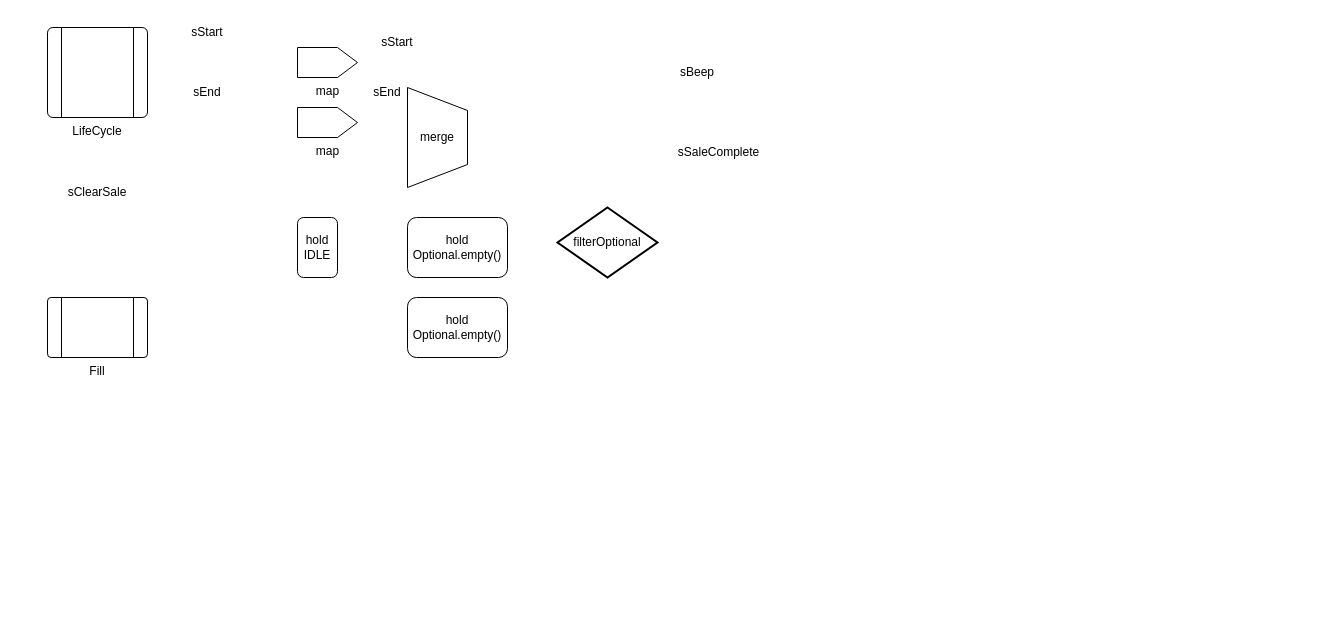
Before: NotifyPointOfSale.drawio in suzuki-taro-29/FRP-chap4-diagrams, a draw.io diagram. Source tidied: cells renumbered, new cells numbered last; positions are measured from the earlier drawing's top-left corner, leaving out a move shared by most shapes. Both pictures are drawn from the tidied source at 100%, with x=0, y=0 at pixel (47, 17).
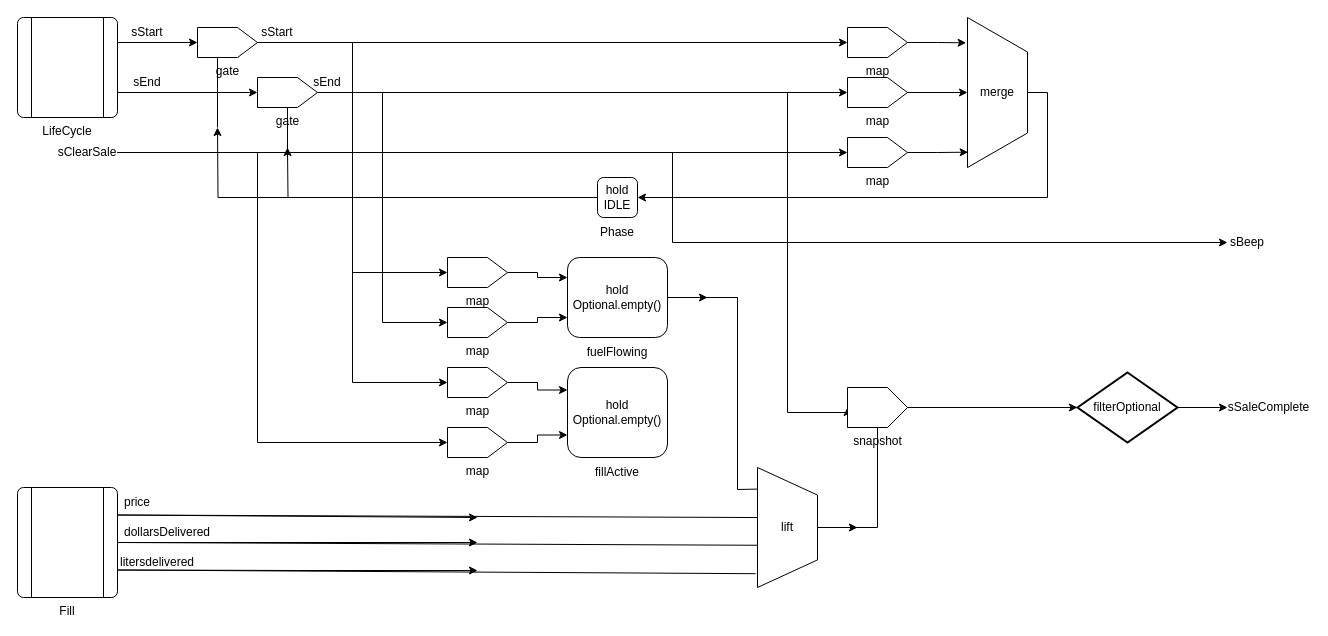
The same page after the edit.

Commit message:
NotifyPointOfSale.drawio を更新します

Change to the diagram source:
```diff
@@
+    <mxCell id="18" style="edgeStyle=orthogonalEdgeStyle;rounded=0;jettySize=auto;html=1;exitX=1;exitY=0.75;exitDx=0;exitDy=0;entryX=0.5;entryY=0;entryDx=0;entryDy=0;" parent="1" edge="1" source="2" target="33">
+      <mxGeometry relative="1" as="geometry" />
+    </mxCell>
     <mxCell id="2" value="LifeCycle" style="verticalLabelPosition=bottom;verticalAlign=top;html=1;shape=process;whiteSpace=wrap;rounded=1;size=0.14;arcSize=6;" parent="1" vertex="1">
-      <mxGeometry y="10" width="100" height="90" as="geometry" />
+      <mxGeometry x="-30" width="100" height="100" as="geometry" />
     </mxCell>
     <mxCell id="3" value="Fill" style="verticalLabelPosition=bottom;verticalAlign=top;html=1;shape=process;whiteSpace=wrap;rounded=1;size=0.14;arcSize=6;" parent="1" vertex="1">
-      <mxGeometry y="280" width="100" height="60" as="geometry" />
+      <mxGeometry x="-30" y="470" width="100" height="110" as="geometry" />
     </mxCell>
+    <mxCell id="19" style="edgeStyle=orthogonalEdgeStyle;rounded=0;jettySize=auto;html=1;entryX=0.5;entryY=0;entryDx=0;entryDy=0;" parent="1" edge="1" source="4" target="52">
+      <mxGeometry relative="1" as="geometry">
+        <Array as="points">
+          <mxPoint x="210" y="135" />
+          <mxPoint x="210" y="425" />
+        </Array>
+      </mxGeometry>
+    </mxCell>
+    <mxCell id="20" style="edgeStyle=orthogonalEdgeStyle;rounded=0;jettySize=auto;html=1;entryX=0;entryY=0.5;entryDx=0;entryDy=0;" parent="1" edge="1" source="4" target="13">
+      <mxGeometry relative="1" as="geometry" />
+    </mxCell>
     <mxCell id="4" value="sClearSale" style="text;html=1;align=center;verticalAlign=middle;whiteSpace=wrap;rounded=0;" parent="1" vertex="1">
-      <mxGeometry x="20" y="160" width="60" height="30" as="geometry" />
+      <mxGeometry x="10" y="120" width="60" height="30" as="geometry" />
     </mxCell>
+    <mxCell id="21" style="edgeStyle=orthogonalEdgeStyle;rounded=0;jettySize=auto;html=1;" parent="1" edge="1" source="5">
+      <mxGeometry relative="1" as="geometry">
+        <mxPoint x="240" y="130" as="targetPoint" />
+      </mxGeometry>
+    </mxCell>
     <mxCell id="5" value="hold&lt;div&gt;IDLE&lt;/div&gt;" style="rounded=1;whiteSpace=wrap;html=1;" parent="1" vertex="1">
-      <mxGeometry x="250" y="200" width="40" height="60" as="geometry" />
+      <mxGeometry x="550" y="160" width="40" height="40" as="geometry" />
     </mxCell>
     <mxCell id="6" value="map" style="verticalLabelPosition=bottom;verticalAlign=top;html=1;shape=offPageConnector;rounded=0;size=0.3333333333333333;direction=north;" parent="1" vertex="1">
-      <mxGeometry x="250" y="30" width="60" height="30" as="geometry" />
+      <mxGeometry x="800" y="10" width="60" height="30" as="geometry" />
     </mxCell>
+    <mxCell id="22" style="edgeStyle=orthogonalEdgeStyle;rounded=0;jettySize=auto;html=1;exitX=0.5;exitY=0;exitDx=0;exitDy=0;entryX=1;entryY=0.5;entryDx=0;entryDy=0;" parent="1" edge="1" source="7" target="5">
+      <mxGeometry relative="1" as="geometry" />
+    </mxCell>
     <mxCell id="7" value="merge" style="verticalLabelPosition=middle;verticalAlign=middle;html=1;shape=trapezoid;perimeter=trapezoidPerimeter;whiteSpace=wrap;size=0.23;arcSize=10;flipV=1;labelPosition=center;align=center;direction=south;" parent="1" vertex="1">
-      <mxGeometry x="360" y="70" width="60" height="100" as="geometry" />
+      <mxGeometry x="920" width="60" height="150" as="geometry" />
     </mxCell>
+    <mxCell id="23" style="edgeStyle=orthogonalEdgeStyle;rounded=0;jettySize=auto;html=1;exitX=0.5;exitY=1;exitDx=0;exitDy=0;entryX=0.5;entryY=1;entryDx=0;entryDy=0;" parent="1" edge="1" source="8" target="7">
+      <mxGeometry relative="1" as="geometry" />
+    </mxCell>
     <mxCell id="8" value="map" style="verticalLabelPosition=bottom;verticalAlign=top;html=1;shape=offPageConnector;rounded=0;size=0.3333333333333333;direction=north;" parent="1" vertex="1">
-      <mxGeometry x="250" y="90" width="60" height="30" as="geometry" />
+      <mxGeometry x="800" y="60" width="60" height="30" as="geometry" />
     </mxCell>
     <mxCell id="9" value="sStart" style="text;html=1;align=center;verticalAlign=middle;whiteSpace=wrap;rounded=0;" parent="1" vertex="1">
-      <mxGeometry x="130" width="60" height="30" as="geometry" />
+      <mxGeometry x="70" width="60" height="30" as="geometry" />
     </mxCell>
     <mxCell id="10" value="sEnd" style="text;html=1;align=center;verticalAlign=middle;whiteSpace=wrap;rounded=0;" parent="1" vertex="1">
-      <mxGeometry x="130" y="60" width="60" height="30" as="geometry" />
+      <mxGeometry x="70" y="50" width="60" height="30" as="geometry" />
     </mxCell>
     <mxCell id="11" value="hold&lt;div&gt;Optional.empty()&lt;/div&gt;" style="rounded=1;whiteSpace=wrap;html=1;" parent="1" vertex="1">
-      <mxGeometry x="360" y="200" width="100" height="60" as="geometry" />
+      <mxGeometry x="520" y="240" width="100" height="80" as="geometry" />
     </mxCell>
     <mxCell id="12" value="hold&lt;div&gt;Optional.empty()&lt;/div&gt;" style="rounded=1;whiteSpace=wrap;html=1;" parent="1" vertex="1">
-      <mxGeometry x="360" y="280" width="100" height="60" as="geometry" />
+      <mxGeometry x="520" y="350" width="100" height="90" as="geometry" />
     </mxCell>
     <mxCell id="13" value="sBeep" style="text;html=1;align=center;verticalAlign=middle;whiteSpace=wrap;rounded=0;" parent="1" vertex="1">
-      <mxGeometry x="630" y="40" width="40" height="30" as="geometry" />
+      <mxGeometry x="1180" y="210" width="40" height="30" as="geometry" />
     </mxCell>
     <mxCell id="14" value="sSaleComplete" style="text;html=1;align=center;verticalAlign=middle;whiteSpace=wrap;rounded=0;" parent="1" vertex="1">
-      <mxGeometry x="630" y="120" width="83" height="30" as="geometry" />
+      <mxGeometry x="1180" y="375" width="83" height="30" as="geometry" />
     </mxCell>
     <mxCell id="15" value="sStart" style="text;html=1;align=center;verticalAlign=middle;whiteSpace=wrap;rounded=0;" parent="1" vertex="1">
-      <mxGeometry x="320" y="10" width="60" height="30" as="geometry" />
+      <mxGeometry x="200" width="60" height="30" as="geometry" />
     </mxCell>
     <mxCell id="16" value="sEnd" style="text;html=1;align=center;verticalAlign=middle;whiteSpace=wrap;rounded=0;" parent="1" vertex="1">
-      <mxGeometry x="310" y="60" width="60" height="30" as="geometry" />
+      <mxGeometry x="250" y="50" width="60" height="30" as="geometry" />
     </mxCell>
+    <mxCell id="24" style="edgeStyle=orthogonalEdgeStyle;rounded=0;jettySize=auto;html=1;" parent="1" edge="1" source="17" target="14">
+      <mxGeometry relative="1" as="geometry" />
+    </mxCell>
     <mxCell id="17" value="filterOptional" style="strokeWidth=2;html=1;shape=mxgraph.flowchart.decision;whiteSpace=wrap;" parent="1" vertex="1">
-      <mxGeometry x="510" y="190" width="100" height="70" as="geometry" />
+      <mxGeometry x="1030" y="355" width="100" height="70" as="geometry" />
     </mxCell>
+    <mxCell id="25" style="endArrow=classic;html=1;rounded=0;entryX=0.5;entryY=0;entryDx=0;entryDy=0;exitX=1;exitY=0.25;exitDx=0;exitDy=0;" parent="1" edge="1" source="2" target="29">
+      <mxGeometry relative="1" as="geometry" />
+    </mxCell>
+    <mxCell id="26" style="edgeStyle=orthogonalEdgeStyle;rounded=0;jettySize=auto;html=1;entryX=0.5;entryY=0;entryDx=0;entryDy=0;" parent="1" edge="1" source="29" target="6">
+      <mxGeometry relative="1" as="geometry" />
+    </mxCell>
+    <mxCell id="27" style="edgeStyle=orthogonalEdgeStyle;rounded=0;jettySize=auto;html=1;exitX=0.5;exitY=1;exitDx=0;exitDy=0;entryX=0.5;entryY=0;entryDx=0;entryDy=0;" parent="1" edge="1" source="29" target="46">
+      <mxGeometry relative="1" as="geometry" />
+    </mxCell>
+    <mxCell id="28" style="edgeStyle=orthogonalEdgeStyle;rounded=0;jettySize=auto;html=1;entryX=0.5;entryY=0;entryDx=0;entryDy=0;" parent="1" edge="1" source="29" target="50">
+      <mxGeometry relative="1" as="geometry" />
+    </mxCell>
+    <mxCell id="29" value="gate" style="verticalLabelPosition=bottom;verticalAlign=top;html=1;shape=offPageConnector;rounded=0;size=0.3333333333333333;direction=north;" parent="1" vertex="1">
+      <mxGeometry x="150" y="10" width="60" height="30" as="geometry" />
+    </mxCell>
+    <mxCell id="30" style="edgeStyle=orthogonalEdgeStyle;rounded=0;jettySize=auto;html=1;exitX=0.5;exitY=1;exitDx=0;exitDy=0;entryX=0.5;entryY=0;entryDx=0;entryDy=0;" parent="1" edge="1" source="33" target="8">
+      <mxGeometry relative="1" as="geometry" />
+    </mxCell>
+    <mxCell id="31" style="edgeStyle=orthogonalEdgeStyle;rounded=0;jettySize=auto;html=1;entryX=0.5;entryY=0;entryDx=0;entryDy=0;exitX=0.5;exitY=1;exitDx=0;exitDy=0;" parent="1" edge="1" source="33" target="48">
+      <mxGeometry relative="1" as="geometry" />
+    </mxCell>
+    <mxCell id="32" style="edgeStyle=orthogonalEdgeStyle;rounded=0;jettySize=auto;html=1;entryX=0.5;entryY=0;entryDx=0;entryDy=0;" parent="1" edge="1" source="33" target="56">
+      <mxGeometry relative="1" as="geometry">
+        <Array as="points">
+          <mxPoint x="740" y="75" />
+          <mxPoint x="740" y="395" />
+        </Array>
+      </mxGeometry>
+    </mxCell>
+    <mxCell id="33" value="gate" style="verticalLabelPosition=bottom;verticalAlign=top;html=1;shape=offPageConnector;rounded=0;size=0.3333333333333333;direction=north;" parent="1" vertex="1">
+      <mxGeometry x="210" y="60" width="60" height="30" as="geometry" />
+    </mxCell>
+    <mxCell id="34" style="edgeStyle=orthogonalEdgeStyle;rounded=0;orthogonalLoop=1;jettySize=auto;html=1;exitX=0;exitY=0.5;exitDx=0;exitDy=0;" parent="1" edge="1" source="6" target="6">
+      <mxGeometry relative="1" as="geometry" />
+    </mxCell>
+    <mxCell id="35" value="Phase" style="text;html=1;align=center;verticalAlign=middle;whiteSpace=wrap;rounded=0;" parent="1" vertex="1">
+      <mxGeometry x="540" y="200" width="60" height="30" as="geometry" />
+    </mxCell>
+    <mxCell id="36" style="edgeStyle=orthogonalEdgeStyle;rounded=0;jettySize=auto;html=1;exitX=0;exitY=0.5;exitDx=0;exitDy=0;" parent="1" edge="1" source="5">
+      <mxGeometry relative="1" as="geometry">
+        <mxPoint x="170" y="110" as="targetPoint" />
+      </mxGeometry>
+    </mxCell>
+    <mxCell id="37" style="endArrow=classic;html=1;rounded=0;exitX=1;exitY=0.5;exitDx=0;exitDy=0;entryX=0.5;entryY=0;entryDx=0;entryDy=0;" parent="1" edge="1" source="4" target="40">
+      <mxGeometry relative="1" as="geometry" />
+    </mxCell>
+    <mxCell id="38" style="endArrow=none;html=1;rounded=0;entryX=0;entryY=0.5;entryDx=0;entryDy=0;" parent="1" edge="1" target="33">
+      <mxGeometry relative="1" as="geometry">
+        <mxPoint x="240" y="140" as="sourcePoint" />
+      </mxGeometry>
+    </mxCell>
+    <mxCell id="39" style="endArrow=none;html=1;rounded=0;" parent="1" edge="1">
+      <mxGeometry relative="1" as="geometry">
+        <mxPoint x="170" y="40" as="sourcePoint" />
+        <mxPoint x="170" y="110" as="targetPoint" />
+      </mxGeometry>
+    </mxCell>
+    <mxCell id="40" value="map" style="verticalLabelPosition=bottom;verticalAlign=top;html=1;shape=offPageConnector;rounded=0;size=0.3333333333333333;direction=north;" parent="1" vertex="1">
+      <mxGeometry x="800" y="120" width="60" height="30" as="geometry" />
+    </mxCell>
+    <mxCell id="41" style="edgeStyle=orthogonalEdgeStyle;rounded=0;jettySize=auto;html=1;entryX=0.102;entryY=0.989;entryDx=0;entryDy=0;entryPerimeter=0;" parent="1" edge="1" source="40" target="7">
+      <mxGeometry relative="1" as="geometry" />
+    </mxCell>
+    <mxCell id="42" style="edgeStyle=orthogonalEdgeStyle;rounded=0;jettySize=auto;html=1;entryX=0.831;entryY=1.022;entryDx=0;entryDy=0;entryPerimeter=0;" parent="1" edge="1" source="6" target="7">
+      <mxGeometry relative="1" as="geometry" />
+    </mxCell>
+    <mxCell id="43" value="fuelFlowing" style="text;html=1;align=center;verticalAlign=middle;whiteSpace=wrap;rounded=0;" parent="1" vertex="1">
+      <mxGeometry x="540" y="320" width="60" height="30" as="geometry" />
+    </mxCell>
+    <mxCell id="44" value="fillActive" style="text;html=1;align=center;verticalAlign=middle;whiteSpace=wrap;rounded=0;" parent="1" vertex="1">
+      <mxGeometry x="540" y="440" width="60" height="30" as="geometry" />
+    </mxCell>
+    <mxCell id="45" style="edgeStyle=orthogonalEdgeStyle;rounded=0;jettySize=auto;html=1;entryX=0;entryY=0.25;entryDx=0;entryDy=0;" parent="1" edge="1" source="46" target="11">
+      <mxGeometry relative="1" as="geometry" />
+    </mxCell>
+    <mxCell id="46" value="map" style="verticalLabelPosition=bottom;verticalAlign=top;html=1;shape=offPageConnector;rounded=0;size=0.3333333333333333;direction=north;" parent="1" vertex="1">
+      <mxGeometry x="400" y="240" width="60" height="30" as="geometry" />
+    </mxCell>
+    <mxCell id="47" style="edgeStyle=orthogonalEdgeStyle;rounded=0;jettySize=auto;html=1;entryX=0;entryY=0.75;entryDx=0;entryDy=0;" parent="1" edge="1" source="48" target="11">
+      <mxGeometry relative="1" as="geometry" />
+    </mxCell>
+    <mxCell id="48" value="map" style="verticalLabelPosition=bottom;verticalAlign=top;html=1;shape=offPageConnector;rounded=0;size=0.3333333333333333;direction=north;" parent="1" vertex="1">
+      <mxGeometry x="400" y="290" width="60" height="30" as="geometry" />
+    </mxCell>
+    <mxCell id="49" style="edgeStyle=orthogonalEdgeStyle;rounded=0;jettySize=auto;html=1;exitX=0.5;exitY=1;exitDx=0;exitDy=0;entryX=0;entryY=0.25;entryDx=0;entryDy=0;" parent="1" edge="1" source="50" target="12">
+      <mxGeometry relative="1" as="geometry" />
+    </mxCell>
+    <mxCell id="50" value="map" style="verticalLabelPosition=bottom;verticalAlign=top;html=1;shape=offPageConnector;rounded=0;size=0.3333333333333333;direction=north;" parent="1" vertex="1">
+      <mxGeometry x="400" y="350" width="60" height="30" as="geometry" />
+    </mxCell>
+    <mxCell id="51" style="edgeStyle=orthogonalEdgeStyle;rounded=0;jettySize=auto;html=1;entryX=0;entryY=0.75;entryDx=0;entryDy=0;" parent="1" edge="1" source="52" target="12">
+      <mxGeometry relative="1" as="geometry" />
+    </mxCell>
+    <mxCell id="52" value="map" style="verticalLabelPosition=bottom;verticalAlign=top;html=1;shape=offPageConnector;rounded=0;size=0.3333333333333333;direction=north;" parent="1" vertex="1">
+      <mxGeometry x="400" y="410" width="60" height="30" as="geometry" />
+    </mxCell>
+    <mxCell id="53" value="price" style="text;html=1;align=center;verticalAlign=middle;whiteSpace=wrap;rounded=0;" parent="1" vertex="1">
+      <mxGeometry x="60" y="470" width="60" height="30" as="geometry" />
+    </mxCell>
+    <mxCell id="54" value="dollarsDelivered" style="text;html=1;align=center;verticalAlign=middle;whiteSpace=wrap;rounded=0;" parent="1" vertex="1">
+      <mxGeometry x="90" y="500" width="60" height="30" as="geometry" />
+    </mxCell>
+    <mxCell id="55" value="litersdelivered" style="text;html=1;align=center;verticalAlign=middle;whiteSpace=wrap;rounded=0;" parent="1" vertex="1">
+      <mxGeometry x="80" y="530" width="60" height="30" as="geometry" />
+    </mxCell>
+    <mxCell id="56" value="snapshot" style="verticalLabelPosition=bottom;verticalAlign=top;html=1;shape=offPageConnector;rounded=0;size=0.3333333333333333;direction=north;" parent="1" vertex="1">
+      <mxGeometry x="800" y="370" width="60" height="40" as="geometry" />
+    </mxCell>
+    <mxCell id="57" style="edgeStyle=orthogonalEdgeStyle;rounded=0;jettySize=auto;html=1;exitX=0.5;exitY=0;exitDx=0;exitDy=0;" parent="1" edge="1" source="58">
+      <mxGeometry relative="1" as="geometry">
+        <mxPoint x="810" y="510" as="targetPoint" />
+      </mxGeometry>
+    </mxCell>
+    <mxCell id="58" value="lift" style="verticalLabelPosition=middle;verticalAlign=middle;html=1;shape=trapezoid;perimeter=trapezoidPerimeter;whiteSpace=wrap;size=0.23;arcSize=10;flipV=1;labelPosition=center;align=center;direction=south;" parent="1" vertex="1">
+      <mxGeometry x="710" y="450" width="60" height="120" as="geometry" />
+    </mxCell>
+    <mxCell id="59" style="endArrow=none;html=1;rounded=0;entryX=1;entryY=0.5;entryDx=0;entryDy=0;exitX=0.82;exitY=1.002;exitDx=0;exitDy=0;exitPerimeter=0;" parent="1" edge="1" source="58" target="11">
+      <mxGeometry relative="1" as="geometry">
+        <Array as="points">
+          <mxPoint x="690" y="472" />
+          <mxPoint x="690" y="280" />
+        </Array>
+      </mxGeometry>
+    </mxCell>
+    <mxCell id="60" style="endArrow=none;html=1;rounded=0;entryX=1;entryY=0.25;entryDx=0;entryDy=0;exitX=0.583;exitY=1.002;exitDx=0;exitDy=0;exitPerimeter=0;" parent="1" edge="1" source="58" target="3">
+      <mxGeometry relative="1" as="geometry" />
+    </mxCell>
+    <mxCell id="61" style="endArrow=none;html=1;rounded=0;entryX=0.352;entryY=1.002;entryDx=0;entryDy=0;entryPerimeter=0;exitX=1;exitY=0.5;exitDx=0;exitDy=0;" parent="1" edge="1" source="3" target="58">
+      <mxGeometry relative="1" as="geometry" />
+    </mxCell>
+    <mxCell id="62" style="endArrow=none;html=1;rounded=0;exitX=1;exitY=0.75;exitDx=0;exitDy=0;entryX=0.115;entryY=1.031;entryDx=0;entryDy=0;entryPerimeter=0;" parent="1" edge="1" source="3" target="58">
+      <mxGeometry relative="1" as="geometry" />
+    </mxCell>
+    <mxCell id="63" style="endArrow=classic;html=1;rounded=0;exitX=1;exitY=0.25;exitDx=0;exitDy=0;" parent="1" edge="1" source="3">
+      <mxGeometry relative="1" as="geometry">
+        <mxPoint x="430" y="500" as="targetPoint" />
+      </mxGeometry>
+    </mxCell>
+    <mxCell id="64" style="endArrow=classic;html=1;rounded=0;exitX=1;exitY=0.5;exitDx=0;exitDy=0;" parent="1" edge="1" source="3">
+      <mxGeometry relative="1" as="geometry">
+        <mxPoint x="430" y="525" as="targetPoint" />
+      </mxGeometry>
+    </mxCell>
+    <mxCell id="65" style="endArrow=classic;html=1;rounded=0;exitX=1;exitY=0.75;exitDx=0;exitDy=0;" parent="1" edge="1" source="3">
+      <mxGeometry relative="1" as="geometry">
+        <mxPoint x="430" y="553" as="targetPoint" />
+        <Array as="points">
+          <mxPoint x="250" y="553" />
+        </Array>
+      </mxGeometry>
+    </mxCell>
+    <mxCell id="66" style="endArrow=none;html=1;rounded=0;entryX=0;entryY=0.5;entryDx=0;entryDy=0;exitX=0.5;exitY=0;exitDx=0;exitDy=0;" parent="1" edge="1" source="58" target="56">
+      <mxGeometry relative="1" as="geometry">
+        <Array as="points">
+          <mxPoint x="830" y="510" />
+        </Array>
+      </mxGeometry>
+    </mxCell>
+    <mxCell id="67" style="edgeStyle=orthogonalEdgeStyle;rounded=0;jettySize=auto;html=1;entryX=0;entryY=0.5;entryDx=0;entryDy=0;entryPerimeter=0;" parent="1" edge="1" source="56" target="17">
+      <mxGeometry relative="1" as="geometry" />
+    </mxCell>
+    <mxCell id="68" style="endArrow=classic;html=1;rounded=0;exitX=1;exitY=0.5;exitDx=0;exitDy=0;" parent="1" edge="1" source="11">
+      <mxGeometry relative="1" as="geometry">
+        <mxPoint x="660" y="280" as="targetPoint" />
+      </mxGeometry>
+    </mxCell>
```
